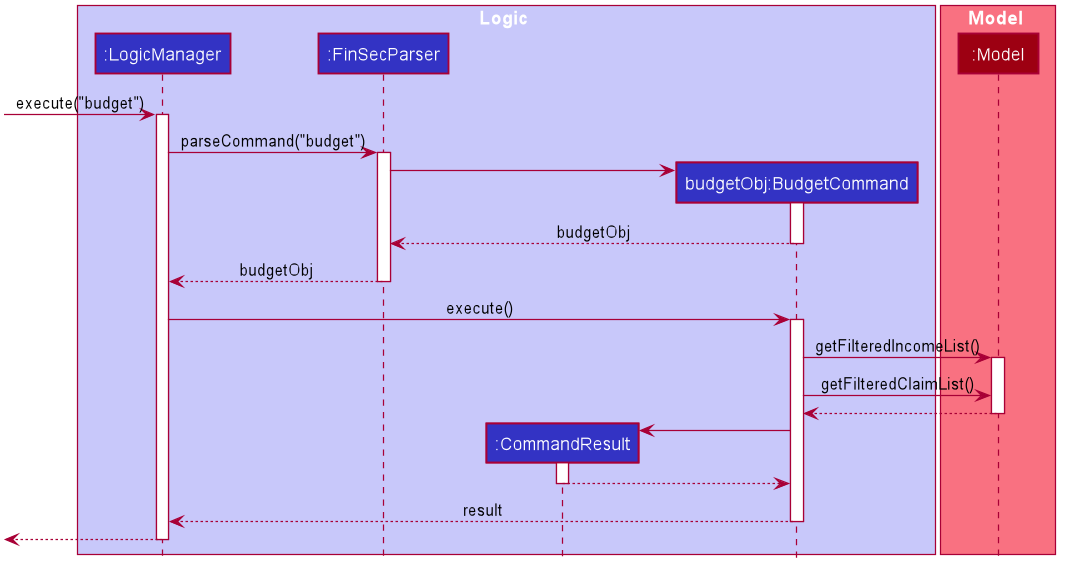
nus-cs2103-AY1920S1/addressbook-level3 keeps this PlantUML diagram as docs/images/BudgetSequenceDiagram.png. Above is the earlier version.
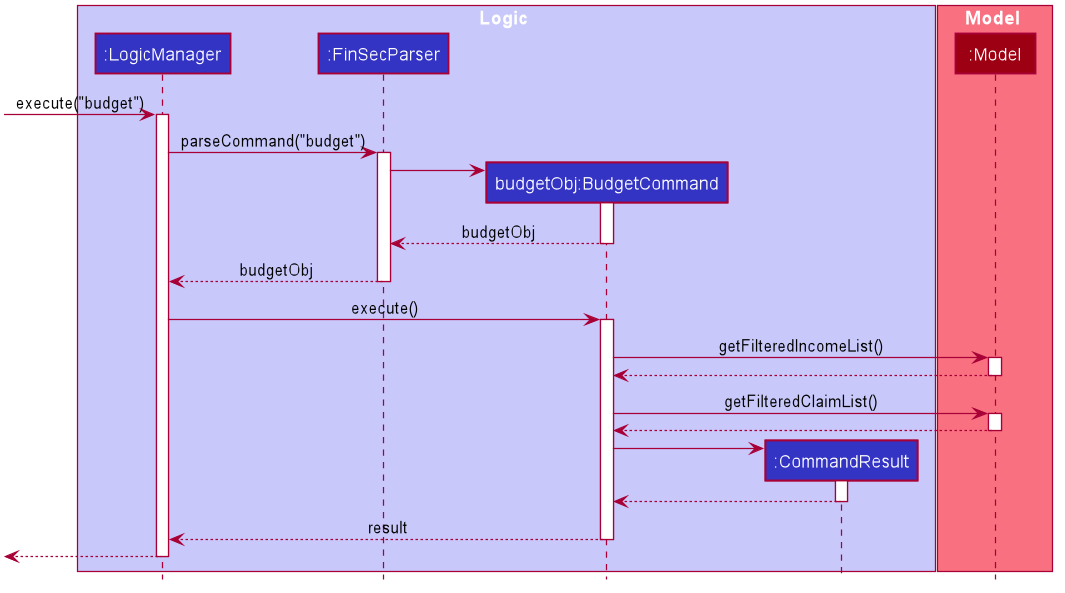
Later version of the same file.

Commit message:
Fix error in BudgetSequenceDiagram

Diff of the diagram source:
```diff
@@ -52,8 +52,8 @@
 box Logic #C8C8FA
 participant ":LogicManager" as LogicManager #3333C4
 participant ":FinSecParser" as FinSecParser #3333C4
+participant "budgetObj:BudgetCommand" as BudgetCommand #3333C4
 participant ":CommandResult" as CommandResult #3333C4
-participant "budgetObj:BudgetCommand" as BudgetCommand #3333C4
 end box
 
 box Model #F97181
@@ -79,10 +79,14 @@
 LogicManager -> BudgetCommand : execute()
 activate BudgetCommand
 
+
 BudgetCommand -> Model : getFilteredIncomeList()
 activate Model
+Model --> BudgetCommand
+deactivate Model
+
 BudgetCommand -> Model : getFilteredClaimList()
-
+activate Model
 Model --> BudgetCommand
 deactivate Model
 
```
